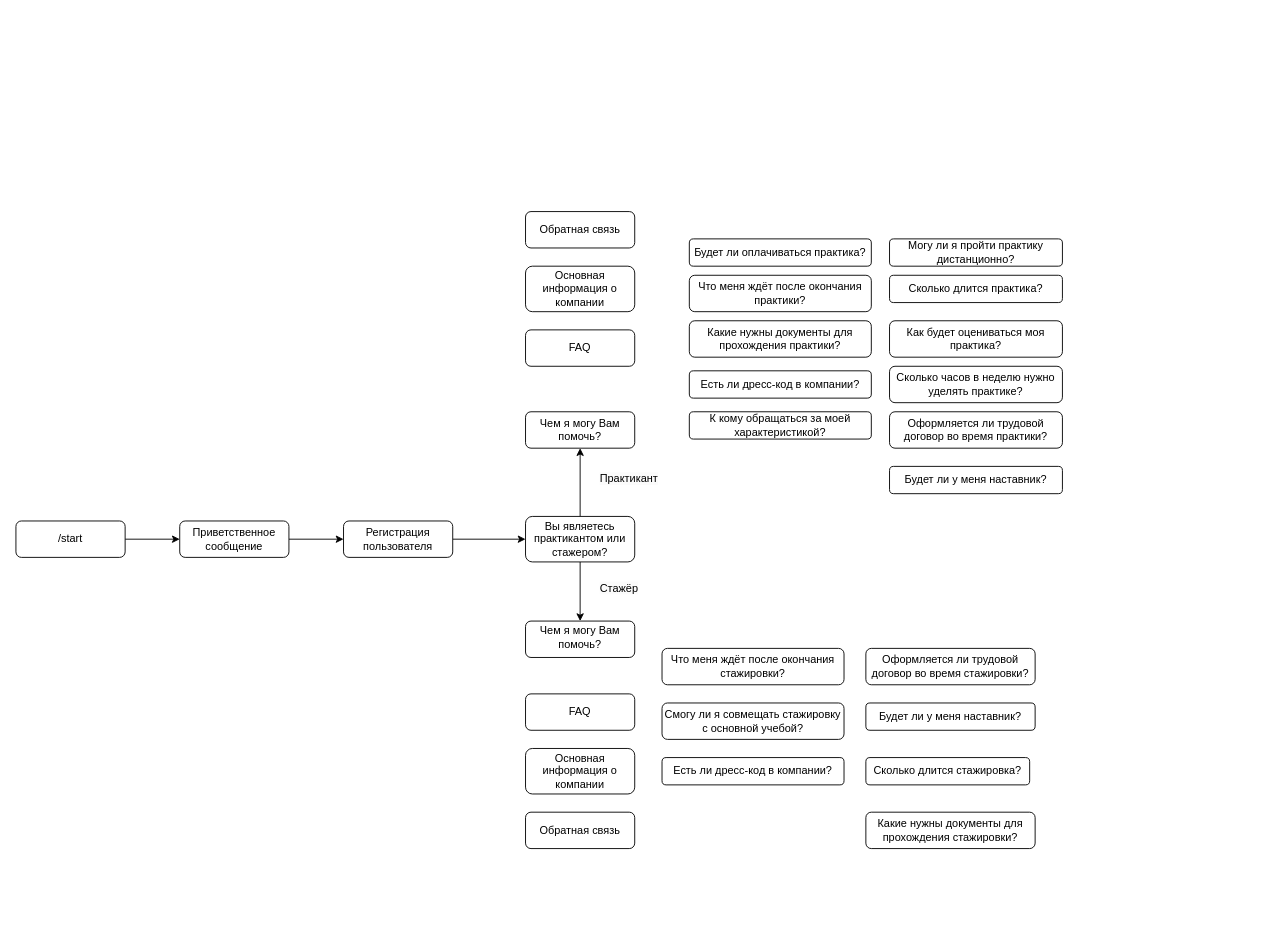
pashnyuk/--PY2 keeps this draw.io diagram as Чат-бот.drawio. Above is the earlier version. Source tidied: cells renumbered, new cells numbered last; positions are measured from the earlier drawing's top-left corner, leaving out a move shared by most shapes. Both pictures are drawn from the tidied source at 91%, with x=0, y=0 at pixel (15, 211).
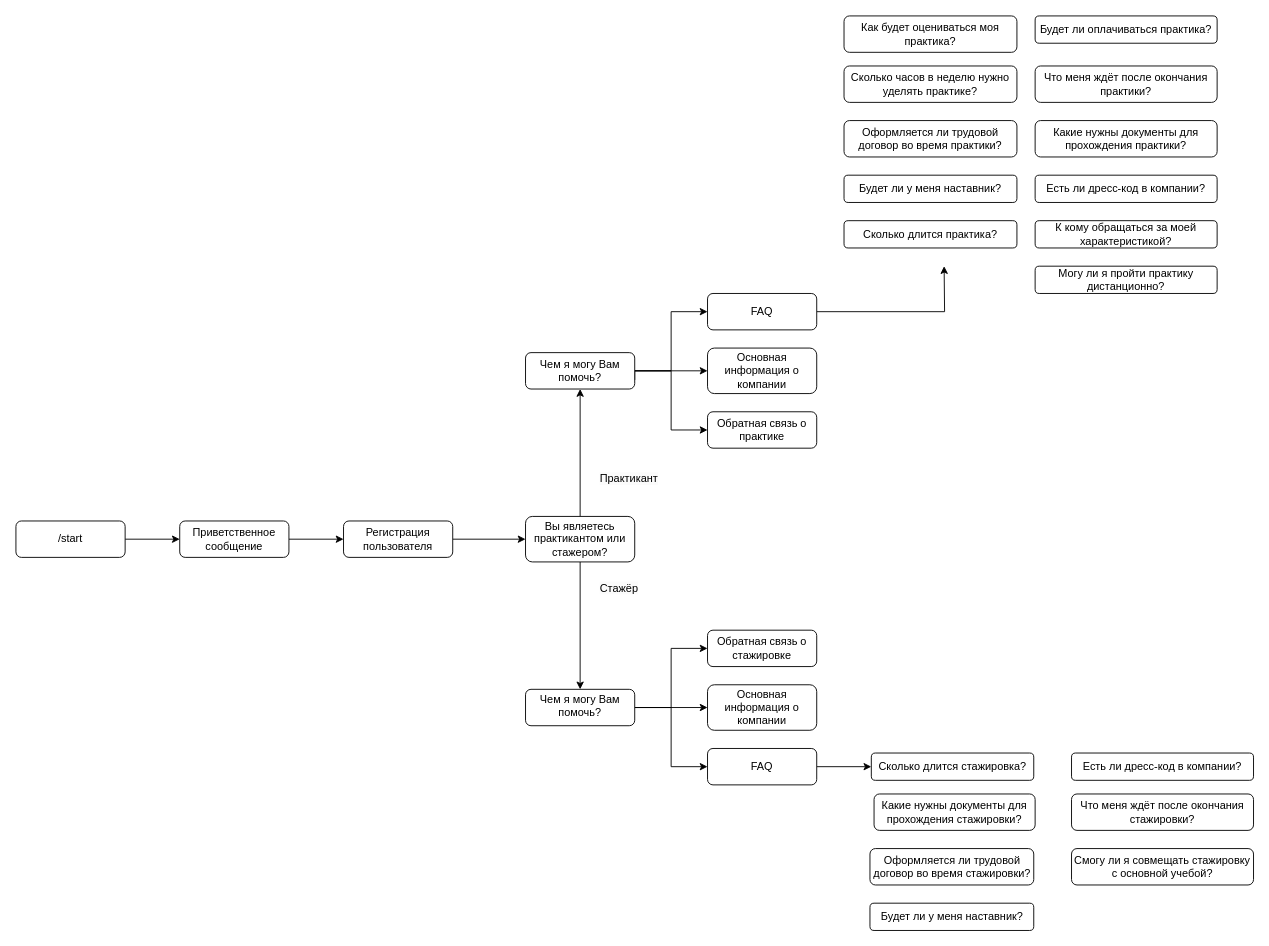
After the change.

What changed in the source:
```diff
@@
+    <mxCell id="39" style="edgeStyle=orthogonalEdgeStyle;rounded=0;jettySize=auto;html=1;" parent="1" edge="1" source="4" target="35">
+      <mxGeometry relative="1" as="geometry" />
+    </mxCell>
+    <mxCell id="40" style="edgeStyle=orthogonalEdgeStyle;rounded=0;jettySize=auto;html=1;exitX=1;exitY=0.75;exitDx=0;exitDy=0;entryX=0;entryY=0.5;entryDx=0;entryDy=0;" parent="1" edge="1" source="4" target="15">
+      <mxGeometry relative="1" as="geometry">
+        <Array as="points">
+          <mxPoint x="680" y="175" />
+          <mxPoint x="720" y="175" />
+          <mxPoint x="720" y="110" />
+        </Array>
+      </mxGeometry>
+    </mxCell>
+    <mxCell id="41" style="edgeStyle=orthogonalEdgeStyle;rounded=0;jettySize=auto;html=1;exitX=1;exitY=0.5;exitDx=0;exitDy=0;entryX=0;entryY=0.5;entryDx=0;entryDy=0;" parent="1" edge="1" source="4" target="37">
+      <mxGeometry relative="1" as="geometry" />
+    </mxCell>
     <mxCell id="4" value="Чем я могу Вам помочь?" style="rounded=1;whiteSpace=wrap;html=1;fontSize=12;glass=0;strokeWidth=1;shadow=0;" parent="1" vertex="1">
-      <mxGeometry x="560" y="220" width="120" height="40" as="geometry" />
+      <mxGeometry x="560" y="155" width="120" height="40" as="geometry" />
     </mxCell>
@@
+    <mxCell id="42" style="edgeStyle=orthogonalEdgeStyle;rounded=0;jettySize=auto;html=1;exitX=1;exitY=0.5;exitDx=0;exitDy=0;entryX=0;entryY=0.5;entryDx=0;entryDy=0;" parent="1" edge="1" source="9" target="34">
+      <mxGeometry relative="1" as="geometry" />
+    </mxCell>
+    <mxCell id="43" style="edgeStyle=orthogonalEdgeStyle;rounded=0;jettySize=auto;html=1;exitX=1;exitY=0.5;exitDx=0;exitDy=0;entryX=0;entryY=0.5;entryDx=0;entryDy=0;" parent="1" edge="1" source="9" target="38">
+      <mxGeometry relative="1" as="geometry" />
+    </mxCell>
+    <mxCell id="44" style="edgeStyle=orthogonalEdgeStyle;rounded=0;jettySize=auto;html=1;exitX=1;exitY=0.5;exitDx=0;exitDy=0;entryX=0;entryY=0.5;entryDx=0;entryDy=0;" parent="1" edge="1" source="9" target="36">
+      <mxGeometry relative="1" as="geometry" />
+    </mxCell>
     <mxCell id="9" value="Чем я могу Вам помочь?" style="rounded=1;whiteSpace=wrap;html=1;shadow=0;strokeWidth=1;spacing=6;spacingTop=-4;" parent="1" vertex="1">
-      <mxGeometry x="560" y="450" width="120" height="40" as="geometry" />
+      <mxGeometry x="560" y="525" width="120" height="40" as="geometry" />
     </mxCell>
@@
+    <mxCell id="45" style="edgeStyle=orthogonalEdgeStyle;rounded=0;jettySize=auto;html=1;exitX=1;exitY=0.5;exitDx=0;exitDy=0;" parent="1" edge="1" source="15">
+      <mxGeometry relative="1" as="geometry">
+        <mxPoint x="1020" y="60" as="targetPoint" />
+      </mxGeometry>
+    </mxCell>
     <mxCell id="15" value="FAQ" style="rounded=1;whiteSpace=wrap;html=1;" parent="1" vertex="1">
-      <mxGeometry x="560" y="130" width="120" height="40" as="geometry" />
+      <mxGeometry x="760" y="90" width="120" height="40" as="geometry" />
     </mxCell>
     <mxCell id="16" value="Будет ли оплачиваться практика?" style="rounded=1;whiteSpace=wrap;html=1;" parent="1" vertex="1">
-      <mxGeometry x="740" y="30" width="200" height="30" as="geometry" />
+      <mxGeometry x="1120" y="-215" width="200" height="30" as="geometry" />
     </mxCell>
     <mxCell id="17" value="Что меня ждёт после окончания практики?" style="rounded=1;whiteSpace=wrap;html=1;" parent="1" vertex="1">
-      <mxGeometry x="740" y="70" width="200" height="40" as="geometry" />
+      <mxGeometry x="1120" y="-160" width="200" height="40" as="geometry" />
     </mxCell>
     <mxCell id="18" value="Сколько часов в неделю нужно уделять практике?" style="rounded=1;whiteSpace=wrap;html=1;" parent="1" vertex="1">
-      <mxGeometry x="960" y="170" width="190" height="40" as="geometry" />
+      <mxGeometry x="910" y="-160" width="190" height="40" as="geometry" />
     </mxCell>
     <mxCell id="19" value="Сколько длится стажировка?" style="rounded=1;whiteSpace=wrap;html=1;" parent="1" vertex="1">
-      <mxGeometry x="934" y="600" width="180" height="30" as="geometry" />
+      <mxGeometry x="940" y="595" width="178.5" height="30" as="geometry" />
     </mxCell>
     <mxCell id="20" value="Как будет оцениваться моя практика?" style="rounded=1;whiteSpace=wrap;html=1;" parent="1" vertex="1">
-      <mxGeometry x="960" y="120" width="190" height="40" as="geometry" />
+      <mxGeometry x="910" y="-215" width="190" height="40" as="geometry" />
     </mxCell>
     <mxCell id="21" value="К кому обращаться за моей характеристикой?" style="rounded=1;whiteSpace=wrap;html=1;" parent="1" vertex="1">
-      <mxGeometry x="740" y="220" width="200" height="30" as="geometry" />
+      <mxGeometry x="1120" y="10" width="200" height="30" as="geometry" />
     </mxCell>
     <mxCell id="22" value="Смогу ли я совмещать стажировку с основной учебой?" style="rounded=1;whiteSpace=wrap;html=1;" parent="1" vertex="1">
-      <mxGeometry x="710" y="540" width="200" height="40" as="geometry" />
+      <mxGeometry x="1160" y="700" width="200" height="40" as="geometry" />
     </mxCell>
     <mxCell id="23" value="Что меня ждёт после окончания стажировки?" style="rounded=1;whiteSpace=wrap;html=1;" parent="1" vertex="1">
-      <mxGeometry x="710" y="480" width="200" height="40" as="geometry" />
+      <mxGeometry x="1160" y="640" width="200" height="40" as="geometry" />
     </mxCell>
     <mxCell id="24" value="Сколько длится практика?" style="rounded=1;whiteSpace=wrap;html=1;" parent="1" vertex="1">
-      <mxGeometry x="960" y="70" width="190" height="30" as="geometry" />
+      <mxGeometry x="910" y="10" width="190" height="30" as="geometry" />
     </mxCell>
     <mxCell id="25" value="Оформляется ли трудовой договор во время стажировки?" style="rounded=1;whiteSpace=wrap;html=1;" parent="1" vertex="1">
-      <mxGeometry x="934" y="480" width="186" height="40" as="geometry" />
+      <mxGeometry x="938.5" y="700" width="180" height="40" as="geometry" />
     </mxCell>
     <mxCell id="26" value="Будет ли у меня наставник?" style="rounded=1;whiteSpace=wrap;html=1;" parent="1" vertex="1">
-      <mxGeometry x="934" y="540" width="186" height="30" as="geometry" />
+      <mxGeometry x="938.5" y="760" width="180" height="30" as="geometry" />
     </mxCell>
     <mxCell id="27" value="Могу ли я пройти практику дистанционно?" style="rounded=1;whiteSpace=wrap;html=1;" parent="1" vertex="1">
-      <mxGeometry x="960" y="30" width="190" height="30" as="geometry" />
+      <mxGeometry x="1120" y="60" width="200" height="30" as="geometry" />
     </mxCell>
     <mxCell id="28" value="Оформляется ли трудовой договор во время практики?" style="rounded=1;whiteSpace=wrap;html=1;" parent="1" vertex="1">
-      <mxGeometry x="960" y="220" width="190" height="40" as="geometry" />
+      <mxGeometry x="910" y="-100" width="190" height="40" as="geometry" />
     </mxCell>
     <mxCell id="29" value="Есть ли дресс-код в компании?" style="rounded=1;whiteSpace=wrap;html=1;" parent="1" vertex="1">
-      <mxGeometry x="710" y="600" width="200" height="30" as="geometry" />
+      <mxGeometry x="1160" y="595" width="200" height="30" as="geometry" />
     </mxCell>
     <mxCell id="30" value="Есть ли дресс-код в компании?" style="rounded=1;whiteSpace=wrap;html=1;" parent="1" vertex="1">
-      <mxGeometry x="740" y="175" width="200" height="30" as="geometry" />
+      <mxGeometry x="1120" y="-40" width="200" height="30" as="geometry" />
     </mxCell>
     <mxCell id="31" value="Будет ли у меня наставник?" style="rounded=1;whiteSpace=wrap;html=1;" parent="1" vertex="1">
-      <mxGeometry x="960" y="280" width="190" height="30" as="geometry" />
+      <mxGeometry x="910" y="-40" width="190" height="30" as="geometry" />
     </mxCell>
     <mxCell id="32" value="Какие нужны документы для прохождения практики?" style="rounded=1;whiteSpace=wrap;html=1;" parent="1" vertex="1">
-      <mxGeometry x="740" y="120" width="200" height="40" as="geometry" />
+      <mxGeometry x="1120" y="-100" width="200" height="40" as="geometry" />
     </mxCell>
     <mxCell id="33" value="Какие нужны документы для прохождения стажировки?" style="rounded=1;whiteSpace=wrap;html=1;" parent="1" vertex="1">
-      <mxGeometry x="934" y="660" width="186" height="40" as="geometry" />
+      <mxGeometry x="943" y="640" width="177" height="40" as="geometry" />
     </mxCell>
+    <mxCell id="46" style="edgeStyle=orthogonalEdgeStyle;rounded=0;jettySize=auto;html=1;" parent="1" edge="1" source="34" target="19">
+      <mxGeometry relative="1" as="geometry" />
+    </mxCell>
     <mxCell id="34" value="FAQ" style="rounded=1;whiteSpace=wrap;html=1;" parent="1" vertex="1">
-      <mxGeometry x="560" y="530" width="120" height="40" as="geometry" />
+      <mxGeometry x="760" y="590" width="120" height="40" as="geometry" />
     </mxCell>
     <mxCell id="35" value="Основная информация о компании" style="rounded=1;whiteSpace=wrap;html=1;" parent="1" vertex="1">
-      <mxGeometry x="560" y="60" width="120" height="50" as="geometry" />
+      <mxGeometry x="760" y="150" width="120" height="50" as="geometry" />
     </mxCell>
-    <mxCell id="36" value="Основная информация о компании" style="rounded=1;whiteSpace=wrap;html=1;" parent="1" vertex="1">
-      <mxGeometry x="560" y="590" width="120" height="50" as="geometry" />
-    </mxCell>
-    <mxCell id="37" value="Обратная связь" style="rounded=1;whiteSpace=wrap;html=1;" parent="1" vertex="1">
-      <mxGeometry x="560" width="120" height="40" as="geometry" />
+    <mxCell id="37" value="Обратная связь о практике" style="rounded=1;whiteSpace=wrap;html=1;" parent="1" vertex="1">
+      <mxGeometry x="760" y="220" width="120" height="40" as="geometry" />
     </mxCell>
-    <mxCell id="38" value="Обратная связь" style="rounded=1;whiteSpace=wrap;html=1;" parent="1" vertex="1">
-      <mxGeometry x="560" y="660" width="120" height="40" as="geometry" />
+    <mxCell id="38" value="Обратная связь о стажировке" style="rounded=1;whiteSpace=wrap;html=1;" parent="1" vertex="1">
+      <mxGeometry x="760" y="460" width="120" height="40" as="geometry" />
     </mxCell>
+    <mxCell id="36" value="Основная информация о компании" style="rounded=1;whiteSpace=wrap;html=1;" parent="1" vertex="1">
+      <mxGeometry x="760" y="520" width="120" height="50" as="geometry" />
+    </mxCell>
+    <mxCell id="47" style="edgeStyle=orthogonalEdgeStyle;rounded=0;orthogonalLoop=1;jettySize=auto;html=1;exitX=0.5;exitY=1;exitDx=0;exitDy=0;" parent="1" edge="1" source="33" target="33">
+      <mxGeometry relative="1" as="geometry" />
+    </mxCell>
```
